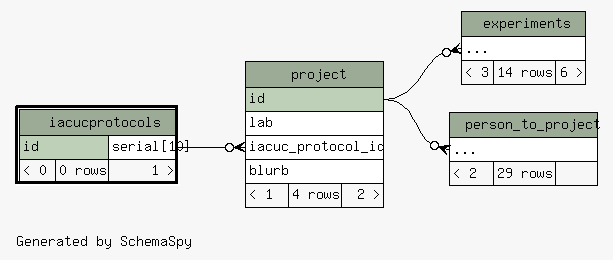
Above: database/ss/diagrams/iacucprotocols.2degrees.png in tgbugs/mlab (Graphviz), before the change. Its source is kept beside it as database/ss/diagrams/iacucprotocols.2degrees.dot.
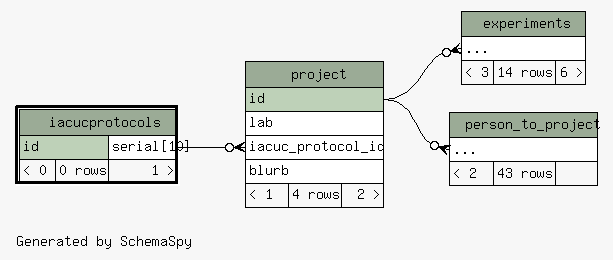
After the commit.

What changed in the source:
```diff
@@ -45,7 +45,7 @@
     <TABLE BORDER="0" CELLBORDER="1" CELLSPACING="0" BGCOLOR="#ffffff">
       <TR><TD COLSPAN="3" BGCOLOR="#9bab96" ALIGN="CENTER">person_to_project</TD></TR>
       <TR><TD PORT="elipses" COLSPAN="3" ALIGN="LEFT">...</TD></TR>
-      <TR><TD ALIGN="LEFT" BGCOLOR="#f7f7f7">&lt; 2</TD><TD ALIGN="RIGHT" BGCOLOR="#f7f7f7">29 rows</TD><TD ALIGN="RIGHT" BGCOLOR="#f7f7f7">  </TD></TR>
+      <TR><TD ALIGN="LEFT" BGCOLOR="#f7f7f7">&lt; 2</TD><TD ALIGN="RIGHT" BGCOLOR="#f7f7f7">43 rows</TD><TD ALIGN="RIGHT" BGCOLOR="#f7f7f7">  </TD></TR>
     </TABLE>>
     URL="person_to_project.html"
     tooltip="person_to_project"
```
